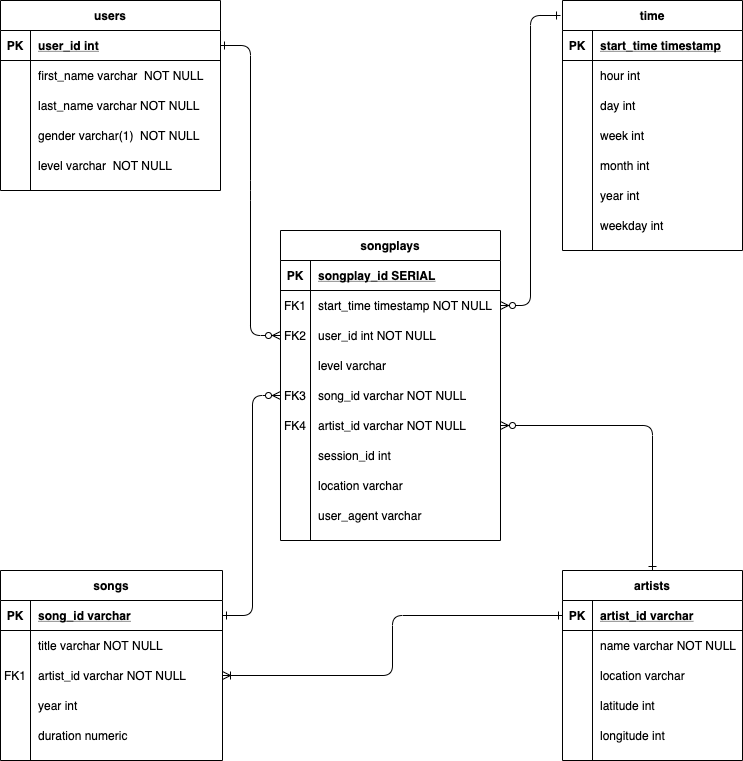
Above: DataModelingWithPostgres.png in euweb/DataModelingWithPostgres (draw.io), before the change. Source tidied: cells renumbered, new cells last; positions are measured from the earlier drawing's top-left corner, leaving out a move shared by most shapes.
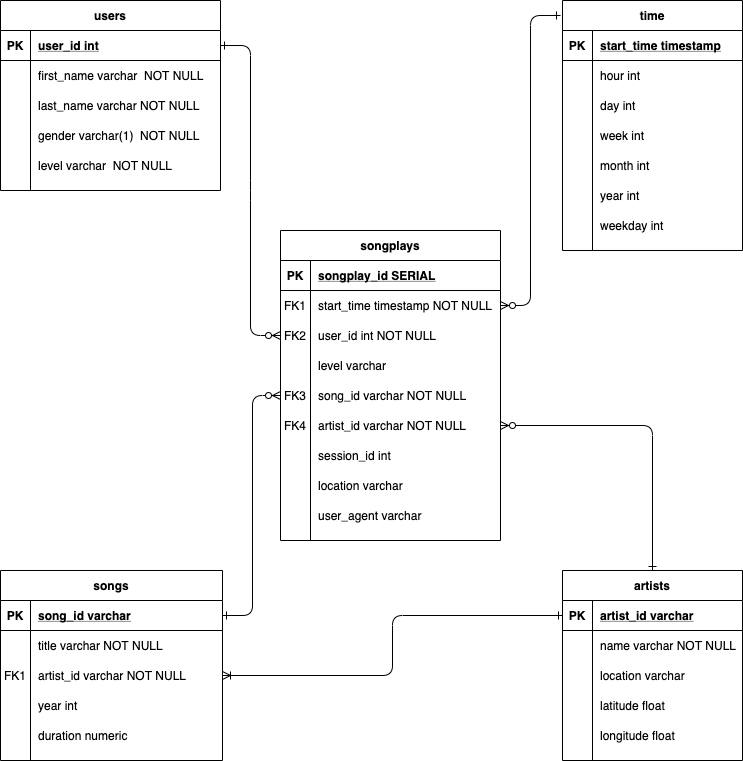
The same diagram one commit later.

Commit message:
data type corrected

Change to the diagram source:
```diff
@@ -218,7 +218,7 @@
     <mxCell id="73" style="shape=partialRectangle;fillColor=none;top=0;left=0;bottom=0;right=0;overflow=hidden;" parent="72" vertex="1">
       <mxGeometry width="30" height="30" as="geometry" />
     </mxCell>
-    <mxCell id="74" value="latitude int" style="shape=partialRectangle;fillColor=none;top=0;left=0;bottom=0;right=0;align=left;spacingLeft=6;overflow=hidden;" parent="72" vertex="1">
+    <mxCell id="74" value="latitude float" style="shape=partialRectangle;fillColor=none;top=0;left=0;bottom=0;right=0;align=left;spacingLeft=6;overflow=hidden;" parent="72" vertex="1">
       <mxGeometry x="30" width="150" height="30" as="geometry" />
     </mxCell>
     <mxCell id="75" style="shape=partialRectangle;fillColor=none;top=0;left=0;bottom=0;right=0;" parent="62" vertex="1">
@@ -227,7 +227,7 @@
     <mxCell id="76" style="shape=partialRectangle;fillColor=none;top=0;left=0;bottom=0;right=0;overflow=hidden;" parent="75" vertex="1">
       <mxGeometry width="30" height="30" as="geometry" />
     </mxCell>
-    <mxCell id="77" value="longitude int" style="shape=partialRectangle;fillColor=none;top=0;left=0;bottom=0;right=0;align=left;spacingLeft=6;overflow=hidden;" parent="75" vertex="1">
+    <mxCell id="77" value="longitude float" style="shape=partialRectangle;fillColor=none;top=0;left=0;bottom=0;right=0;align=left;spacingLeft=6;overflow=hidden;" parent="75" vertex="1">
       <mxGeometry x="30" width="150" height="30" as="geometry" />
     </mxCell>
     <mxCell id="78" value="time" style="shape=table;startSize=30;rowLines=0;fontStyle=1;align=center;" parent="1" vertex="1">
```
